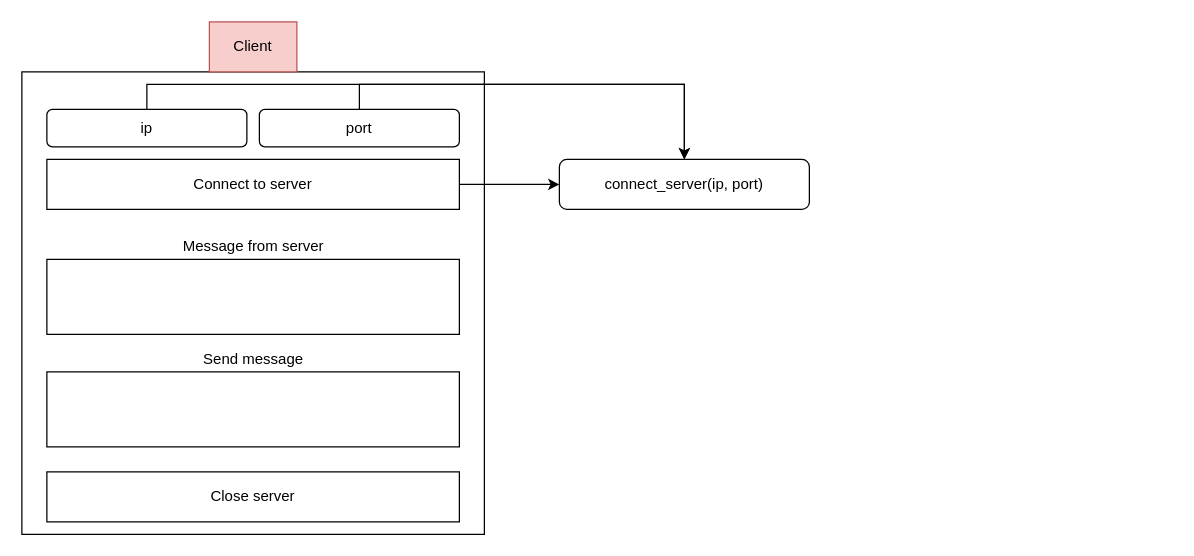
Before: Chatting Bot/diagrams/gui_client.drawio in seonwoo960000/skill_stack, a draw.io diagram. Source tidied: cells renumbered, new cells numbered last; positions are measured from the earlier drawing's top-left corner, leaving out a move shared by most shapes. Both pictures are drawn from the tidied source at 125%, with x=0, y=0 at pixel (21, 21).
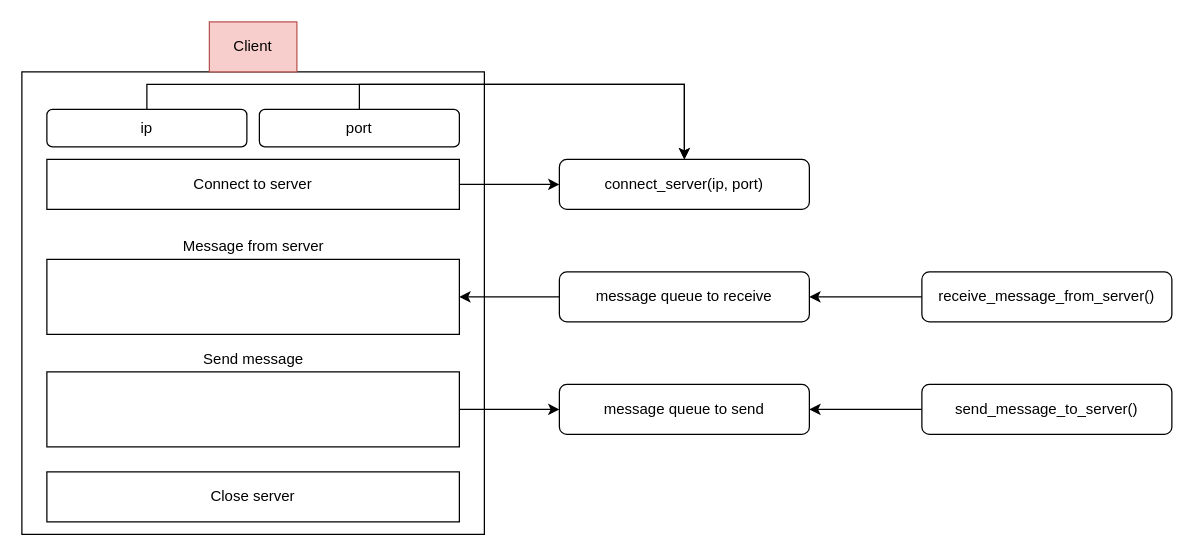
Above is the later version.

The change refers to these unchanged cells:
```xml
<mxCell id="11" style="rounded=0;whiteSpace=wrap;html=1;" parent="1" vertex="1">
  <mxGeometry x="20" y="190" width="330" height="60" as="geometry" />
</mxCell>
<mxCell id="14" style="rounded=0;whiteSpace=wrap;html=1;" parent="1" vertex="1">
  <mxGeometry x="20" y="280" width="330" height="60" as="geometry" />
</mxCell>
```

The edit, as a diff of the source:
```diff
@@
+    <mxCell id="16" style="edgeStyle=orthogonalEdgeStyle;rounded=0;jettySize=auto;html=1;entryX=0;entryY=0.5;entryDx=0;entryDy=0;" parent="1" edge="1" source="14" target="19">
+      <mxGeometry relative="1" as="geometry" />
+    </mxCell>
@@
+    <mxCell id="17" style="edgeStyle=orthogonalEdgeStyle;rounded=0;jettySize=auto;html=1;entryX=1;entryY=0.5;entryDx=0;entryDy=0;" parent="1" edge="1" source="18" target="11">
+      <mxGeometry relative="1" as="geometry" />
+    </mxCell>
+    <mxCell id="18" value="message queue to receive" style="rounded=1;whiteSpace=wrap;html=1;" parent="1" vertex="1">
+      <mxGeometry x="430" y="200" width="200" height="40" as="geometry" />
+    </mxCell>
+    <mxCell id="19" value="message queue to send" style="rounded=1;whiteSpace=wrap;html=1;" parent="1" vertex="1">
+      <mxGeometry x="430" y="290" width="200" height="40" as="geometry" />
+    </mxCell>
+    <mxCell id="20" style="edgeStyle=orthogonalEdgeStyle;rounded=0;jettySize=auto;html=1;entryX=1;entryY=0.5;entryDx=0;entryDy=0;" parent="1" edge="1" source="21" target="18">
+      <mxGeometry relative="1" as="geometry" />
+    </mxCell>
+    <mxCell id="21" value="receive_message_from_server()" style="rounded=1;whiteSpace=wrap;html=1;" parent="1" vertex="1">
+      <mxGeometry x="720" y="200" width="200" height="40" as="geometry" />
+    </mxCell>
+    <mxCell id="22" style="edgeStyle=orthogonalEdgeStyle;rounded=0;jettySize=auto;html=1;entryX=1;entryY=0.5;entryDx=0;entryDy=0;" parent="1" edge="1" source="23" target="19">
+      <mxGeometry relative="1" as="geometry" />
+    </mxCell>
+    <mxCell id="23" value="send_message_to_server()" style="rounded=1;whiteSpace=wrap;html=1;" parent="1" vertex="1">
+      <mxGeometry x="720" y="290" width="200" height="40" as="geometry" />
+    </mxCell>
```
